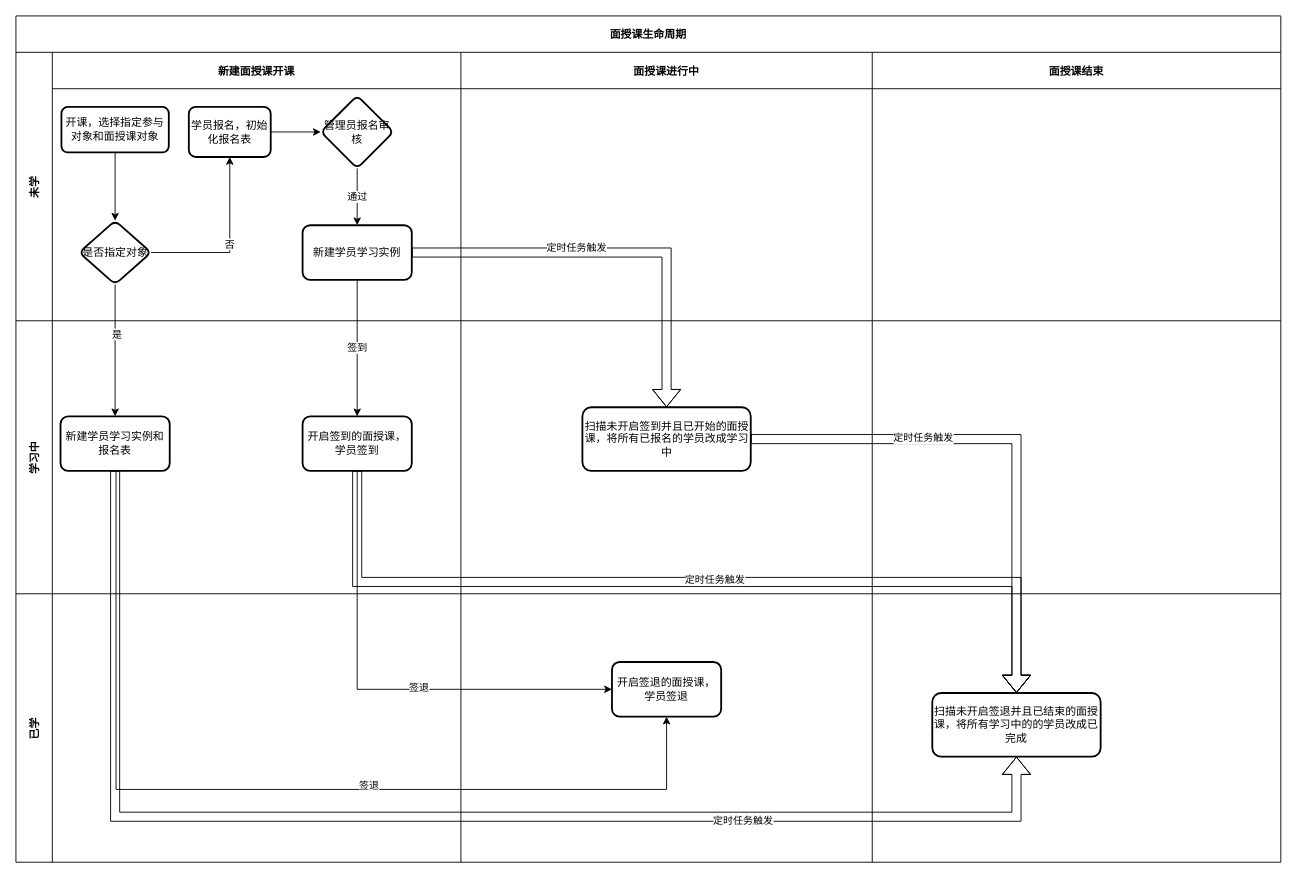
Above: 面授课生命周期.drawio in a798967811/flow_pic (draw.io), before the change. Source tidied: cells renumbered, new cells numbered last; positions are measured from the earlier drawing's top-left corner, leaving out a move shared by most shapes. Both pictures are drawn from the tidied source at 91%, with x=0, y=0 at pixel (15, 15).
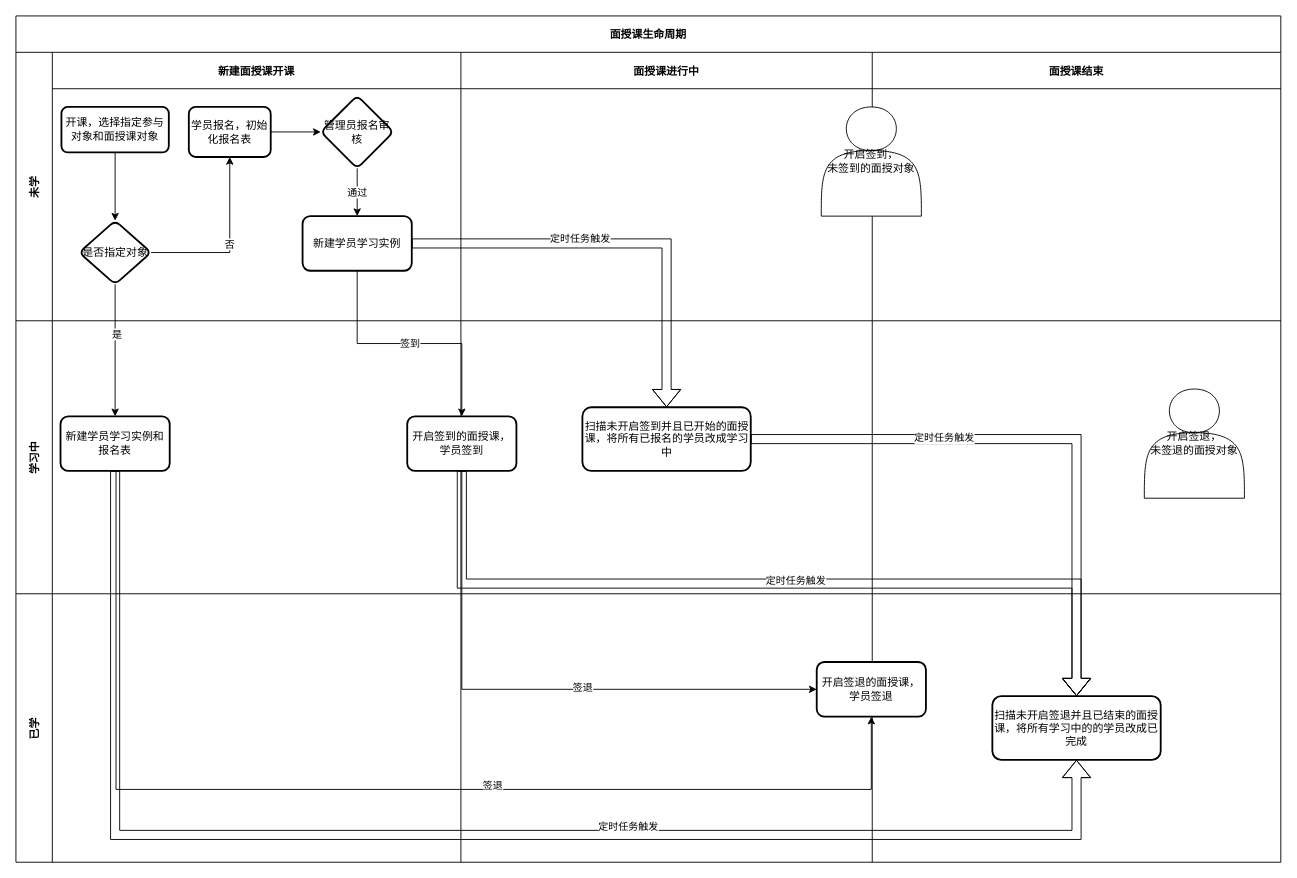
Above is the later version.

Commit message (it also covers changes not shown here):
更新面授课生命周期.drawio

The change refers to these unchanged cells:
```xml
<mxCell id="2" value="面授课生命周期" style="shape=table;childLayout=tableLayout;startSize=40;fontStyle=1;" parent="1" vertex="1">
  <mxGeometry width="1390" height="930" as="geometry" />
</mxCell>
<mxCell id="4" value="新建面授课开课" style="swimlane;swimlaneHead=0;swimlaneBody=0;fontStyle=0;fillColor=none;startSize=40;fontStyle=1;" parent="3" vertex="1">
  <mxGeometry x="40" width="449" height="295" as="geometry" />
</mxCell>
<mxCell id="15" value="面授课结束" style="swimlane;swimlaneHead=0;swimlaneBody=0;fontStyle=0;fillColor=none;startSize=40;fontStyle=1;" parent="3" vertex="1">
  <mxGeometry x="941" width="449" height="295" as="geometry" />
</mxCell>
<mxCell id="17" style="swimlane;swimlaneHead=0;swimlaneBody=0;fontStyle=0;fillColor=none;startSize=0;fontStyle=1;" parent="16" vertex="1">
  <mxGeometry x="40" width="449" height="300" as="geometry" />
</mxCell>
<mxCell id="18" value="新建学员学习实例和报名表" style="rounded=1;whiteSpace=wrap;html=1;arcSize=14;strokeWidth=2;" parent="17" vertex="1">
  <mxGeometry x="9" y="105" width="120" height="60" as="geometry" />
</mxCell>
<mxCell id="21" style="swimlane;swimlaneHead=0;swimlaneBody=0;fontStyle=0;fillColor=none;startSize=0;fontStyle=1;" parent="16" vertex="1">
  <mxGeometry x="941" width="449" height="300" as="geometry" />
</mxCell>
<mxCell id="24" style="swimlane;swimlaneHead=0;swimlaneBody=0;fontStyle=0;fillColor=none;startSize=0;fontStyle=1;" parent="22" vertex="1">
  <mxGeometry x="489" width="452" height="295" as="geometry" />
</mxCell>
<mxCell id="26" style="swimlane;swimlaneHead=0;swimlaneBody=0;fontStyle=0;fillColor=none;startSize=0;fontStyle=1;" parent="22" vertex="1">
  <mxGeometry x="941" width="449" height="295" as="geometry" />
</mxCell>
```

What changed in the source:
```diff
@@
     <mxCell id="13" value="新建学员学习实例" style="whiteSpace=wrap;html=1;rounded=1;arcSize=14;strokeWidth=2;" parent="4" vertex="1">
-      <mxGeometry x="275" y="190" width="120" height="60" as="geometry" />
+      <mxGeometry x="275" y="180" width="120" height="60" as="geometry" />
     </mxCell>
@@
+    <mxCell id="45" value="开启签到，&lt;br&gt;未签到的面授对象" style="shape=actor;whiteSpace=wrap;html=1;" parent="15" vertex="1">
+      <mxGeometry x="-56" y="60" width="110" height="120" as="geometry" />
+    </mxCell>
@@
     <mxCell id="19" value="开启签到的面授课，学员签到" style="whiteSpace=wrap;html=1;rounded=1;arcSize=14;strokeWidth=2;" parent="17" vertex="1">
-      <mxGeometry x="275" y="105" width="120" height="60" as="geometry" />
+      <mxGeometry x="390" y="105" width="120" height="60" as="geometry" />
     </mxCell>
@@
+    <mxCell id="46" value="开启签退，&lt;br&gt;未签退的面授对象" style="shape=actor;whiteSpace=wrap;html=1;" parent="21" vertex="1">
+      <mxGeometry x="299" y="75" width="110" height="120" as="geometry" />
+    </mxCell>
@@
     <mxCell id="25" value="开启签退的面授课，学员签退" style="rounded=1;whiteSpace=wrap;html=1;arcSize=14;strokeWidth=2;" parent="24" vertex="1">
-      <mxGeometry x="166" y="75" width="120" height="60" as="geometry" />
+      <mxGeometry x="391" y="75" width="120" height="60" as="geometry" />
     </mxCell>
@@
     <mxCell id="27" value="扫描未开启签退并且已结束的面授课，将所有学习中的的学员改成已完成" style="whiteSpace=wrap;html=1;rounded=1;arcSize=14;strokeWidth=2;" parent="26" vertex="1">
-      <mxGeometry x="66" y="109" width="185" height="70" as="geometry" />
+      <mxGeometry x="132" y="112.5" width="185" height="70" as="geometry" />
     </mxCell>
@@
     <mxCell id="37" style="edgeStyle=orthogonalEdgeStyle;shape=flexArrow;rounded=0;jettySize=auto;html=1;exitX=0.5;exitY=1;exitDx=0;exitDy=0;entryX=0.5;entryY=1;entryDx=0;entryDy=0;" parent="2" edge="1" source="18" target="27">
       <mxGeometry relative="1" as="geometry">
         <Array as="points">
-          <mxPoint x="109" y="880" />
-          <mxPoint x="1100" y="880" />
+          <mxPoint x="109" y="900" />
+          <mxPoint x="1166" y="900" />
         </Array>
       </mxGeometry>
     </mxCell>
     <mxCell id="38" value="定时任务触发" style="edgeLabel;html=1;align=center;verticalAlign=middle;" parent="37" vertex="1">
-      <mxGeometry x="0.49" y="-3" relative="1" as="geometry">
-        <mxPoint x="-1" as="offset" />
+      <mxGeometry x="0.25" y="10" relative="1" as="geometry">
+        <mxPoint x="1" as="offset" />
       </mxGeometry>
     </mxCell>
```
